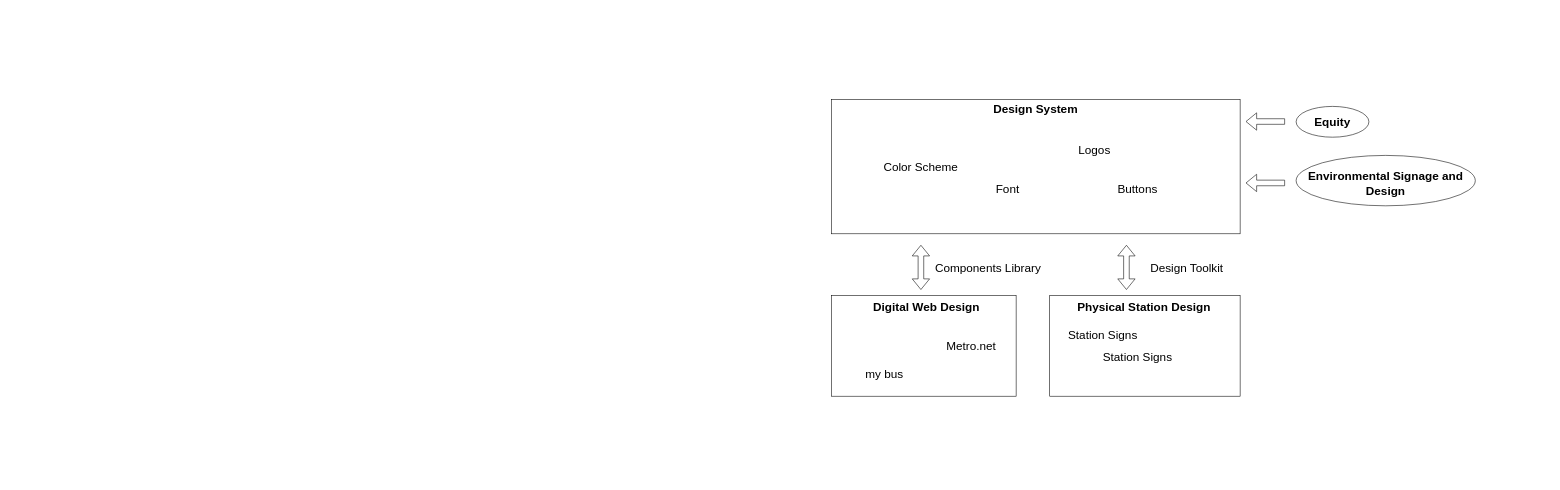
This is admin/DSS.drawio from LACMTA/charts, a draw.io file, before an edit. Source tidied: cells renumbered, new cells numbered last; positions are measured from the earlier drawing's top-left corner, leaving out a move shared by most shapes. Both pictures are drawn from the tidied source at 56%, with x=0, y=0 at pixel (831, 99).
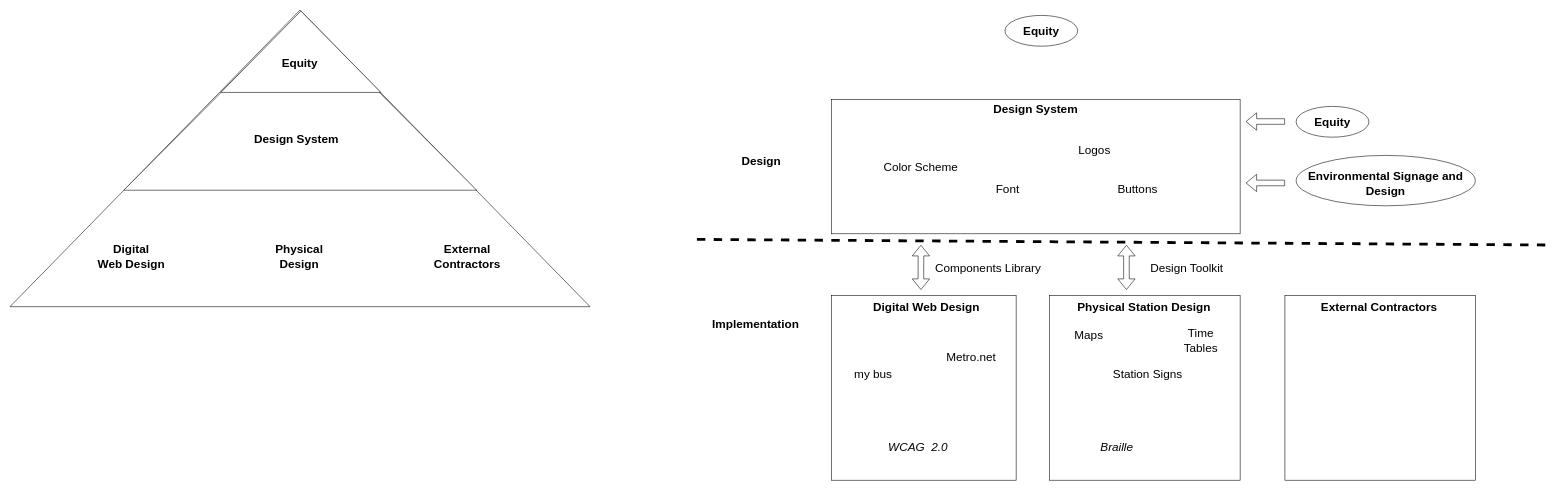
Above is the later version.

The edit, as a diff of the source:
```diff
@@
+    <mxCell id="26" style="triangle;whiteSpace=wrap;html=1;fontSize=23;verticalAlign=bottom;rotation=-90;" parent="1" vertex="1">
+      <mxGeometry x="-1213.6" y="-412.6" width="529.7" height="1035.8" as="geometry" />
+    </mxCell>
+    <mxCell id="27" style="triangle;whiteSpace=wrap;html=1;fontSize=23;verticalAlign=bottom;rotation=-90;" parent="1" vertex="1">
+      <mxGeometry x="-1106.6" y="-311.2" width="316.4" height="630.4" as="geometry" />
+    </mxCell>
@@
     <mxCell id="4" style="rounded=0;whiteSpace=wrap;html=1;" parent="1" vertex="1">
-      <mxGeometry y="350" width="330" height="180" as="geometry" />
+      <mxGeometry y="350" width="330" height="330" as="geometry" />
     </mxCell>
@@
     <mxCell id="8" style="rounded=0;whiteSpace=wrap;html=1;" parent="1" vertex="1">
-      <mxGeometry x="390" y="350" width="340" height="180" as="geometry" />
+      <mxGeometry x="390" y="350" width="340" height="330" as="geometry" />
     </mxCell>
@@
     <mxCell id="18" value="Metro.net" style="text;html=1;strokeColor=none;fillColor=none;align=center;verticalAlign=middle;whiteSpace=wrap;rounded=0;fontSize=21;" parent="1" vertex="1">
-      <mxGeometry x="180" y="430" width="140" height="20" as="geometry" />
+      <mxGeometry x="180" y="450" width="140" height="20" as="geometry" />
     </mxCell>
     <mxCell id="19" value="my bus" style="text;html=1;strokeColor=none;fillColor=none;align=center;verticalAlign=middle;whiteSpace=wrap;rounded=0;fontSize=21;" parent="1" vertex="1">
-      <mxGeometry x="50" y="480" width="90" height="20" as="geometry" />
+      <mxGeometry x="30" y="480" width="90" height="20" as="geometry" />
     </mxCell>
     <mxCell id="20" value="Station Signs" style="text;html=1;strokeColor=none;fillColor=none;align=center;verticalAlign=middle;whiteSpace=wrap;rounded=0;fontSize=21;" parent="1" vertex="1">
-      <mxGeometry x="482" y="450" width="130" height="20" as="geometry" />
+      <mxGeometry x="500" y="480" width="130" height="20" as="geometry" />
     </mxCell>
@@
-    <mxCell id="23" value="Station Signs" style="text;html=1;strokeColor=none;fillColor=none;align=center;verticalAlign=middle;whiteSpace=wrap;rounded=0;fontSize=21;" parent="1" vertex="1">
-      <mxGeometry x="420" y="410" width="130" height="20" as="geometry" />
+    <mxCell id="23" value="Maps" style="text;html=1;strokeColor=none;fillColor=none;align=center;verticalAlign=middle;whiteSpace=wrap;rounded=0;fontSize=21;" parent="1" vertex="1">
+      <mxGeometry x="420" y="410" width="80" height="20" as="geometry" />
     </mxCell>
@@
+    <mxCell id="28" value="Time Tables" style="text;html=1;strokeColor=none;fillColor=none;align=center;verticalAlign=middle;whiteSpace=wrap;rounded=0;fontSize=21;" parent="1" vertex="1">
+      <mxGeometry x="620" y="420" width="80" height="20" as="geometry" />
+    </mxCell>
+    <mxCell id="29" style="rounded=0;whiteSpace=wrap;html=1;" parent="1" vertex="1">
+      <mxGeometry x="810" y="350" width="340" height="330" as="geometry" />
+    </mxCell>
+    <mxCell id="30" value="External Contractors" style="text;html=1;strokeColor=none;fillColor=none;align=center;verticalAlign=middle;whiteSpace=wrap;rounded=0;fontStyle=1;fontSize=21;" parent="1" vertex="1">
+      <mxGeometry x="810" y="350" width="337" height="40" as="geometry" />
+    </mxCell>
+    <mxCell id="31" value="Implementation" style="text;html=1;strokeColor=none;fillColor=none;align=center;verticalAlign=middle;whiteSpace=wrap;rounded=0;fontStyle=1;fontSize=21;" parent="1" vertex="1">
+      <mxGeometry x="-220" y="370" width="170" height="60" as="geometry" />
+    </mxCell>
+    <mxCell id="32" value="Design" style="text;html=1;strokeColor=none;fillColor=none;align=center;verticalAlign=middle;whiteSpace=wrap;rounded=0;fontStyle=1;fontSize=21;" parent="1" vertex="1">
+      <mxGeometry x="-210" y="80" width="170" height="60" as="geometry" />
+    </mxCell>
+    <mxCell id="33" style="endArrow=none;dashed=1;html=1;fontSize=23;strokeWidth=5;" parent="1" edge="1">
+      <mxGeometry relative="1" as="geometry">
+        <mxPoint x="-240" y="250" as="sourcePoint" />
+        <mxPoint x="1280" y="260" as="targetPoint" />
+      </mxGeometry>
+    </mxCell>
+    <mxCell id="34" value="Braille" style="text;html=1;strokeColor=none;fillColor=none;align=center;verticalAlign=middle;whiteSpace=wrap;rounded=0;fontSize=21;fontStyle=2;" parent="1" vertex="1">
+      <mxGeometry x="470" y="610" width="80" height="20" as="geometry" />
+    </mxCell>
+    <mxCell id="35" value="WCAG&amp;nbsp; 2.0" style="text;html=1;strokeColor=none;fillColor=none;align=center;verticalAlign=middle;whiteSpace=wrap;rounded=0;fontSize=21;fontStyle=2;" parent="1" vertex="1">
+      <mxGeometry x="90" y="610" width="130" height="20" as="geometry" />
+    </mxCell>
+    <mxCell id="36" style="ellipse;whiteSpace=wrap;html=1;fontSize=21;" parent="1" vertex="1">
+      <mxGeometry x="310" y="-150" width="130" height="55" as="geometry" />
+    </mxCell>
+    <mxCell id="37" value="Equity" style="text;html=1;strokeColor=none;fillColor=none;align=center;verticalAlign=middle;whiteSpace=wrap;rounded=0;fontStyle=1;fontSize=21;" parent="1" vertex="1">
+      <mxGeometry x="335" y="-142.5" width="80" height="40" as="geometry" />
+    </mxCell>
+    <mxCell id="38" style="triangle;whiteSpace=wrap;html=1;fontSize=23;verticalAlign=bottom;rotation=-90;" parent="1" vertex="1">
+      <mxGeometry x="-1019.9" y="-228" width="145.3" height="285.8" as="geometry" />
+    </mxCell>
+    <mxCell id="39" value="Equity" style="text;html=1;strokeColor=none;fillColor=none;align=center;verticalAlign=middle;whiteSpace=wrap;rounded=0;fontStyle=1;fontSize=21;" parent="1" vertex="1">
+      <mxGeometry x="-1033.8" y="-95" width="170" height="60" as="geometry" />
+    </mxCell>
+    <mxCell id="40" value="Design System" style="text;html=1;strokeColor=none;fillColor=none;align=center;verticalAlign=middle;whiteSpace=wrap;rounded=0;fontStyle=1;fontSize=21;" parent="1" vertex="1">
+      <mxGeometry x="-1040" y="40" width="170" height="60" as="geometry" />
+    </mxCell>
+    <mxCell id="41" value="&lt;div&gt;Digital &lt;br&gt;&lt;/div&gt;&lt;div&gt;Web Design &lt;/div&gt;" style="text;html=1;strokeColor=none;fillColor=none;align=center;verticalAlign=middle;whiteSpace=wrap;rounded=0;fontStyle=1;fontSize=21;" parent="1" vertex="1">
+      <mxGeometry x="-1330" y="260" width="160" height="40" as="geometry" />
+    </mxCell>
+    <mxCell id="42" value="&lt;div&gt;Physical &lt;br&gt;&lt;/div&gt;&lt;div&gt;Design&lt;/div&gt;" style="text;html=1;strokeColor=none;fillColor=none;align=center;verticalAlign=middle;whiteSpace=wrap;rounded=0;fontStyle=1;fontSize=21;" parent="1" vertex="1">
+      <mxGeometry x="-1020" y="260" width="140" height="40" as="geometry" />
+    </mxCell>
+    <mxCell id="43" value="External Contractors" style="text;html=1;strokeColor=none;fillColor=none;align=center;verticalAlign=middle;whiteSpace=wrap;rounded=0;fontStyle=1;fontSize=21;" parent="1" vertex="1">
+      <mxGeometry x="-720" y="260" width="140" height="40" as="geometry" />
+    </mxCell>
```
